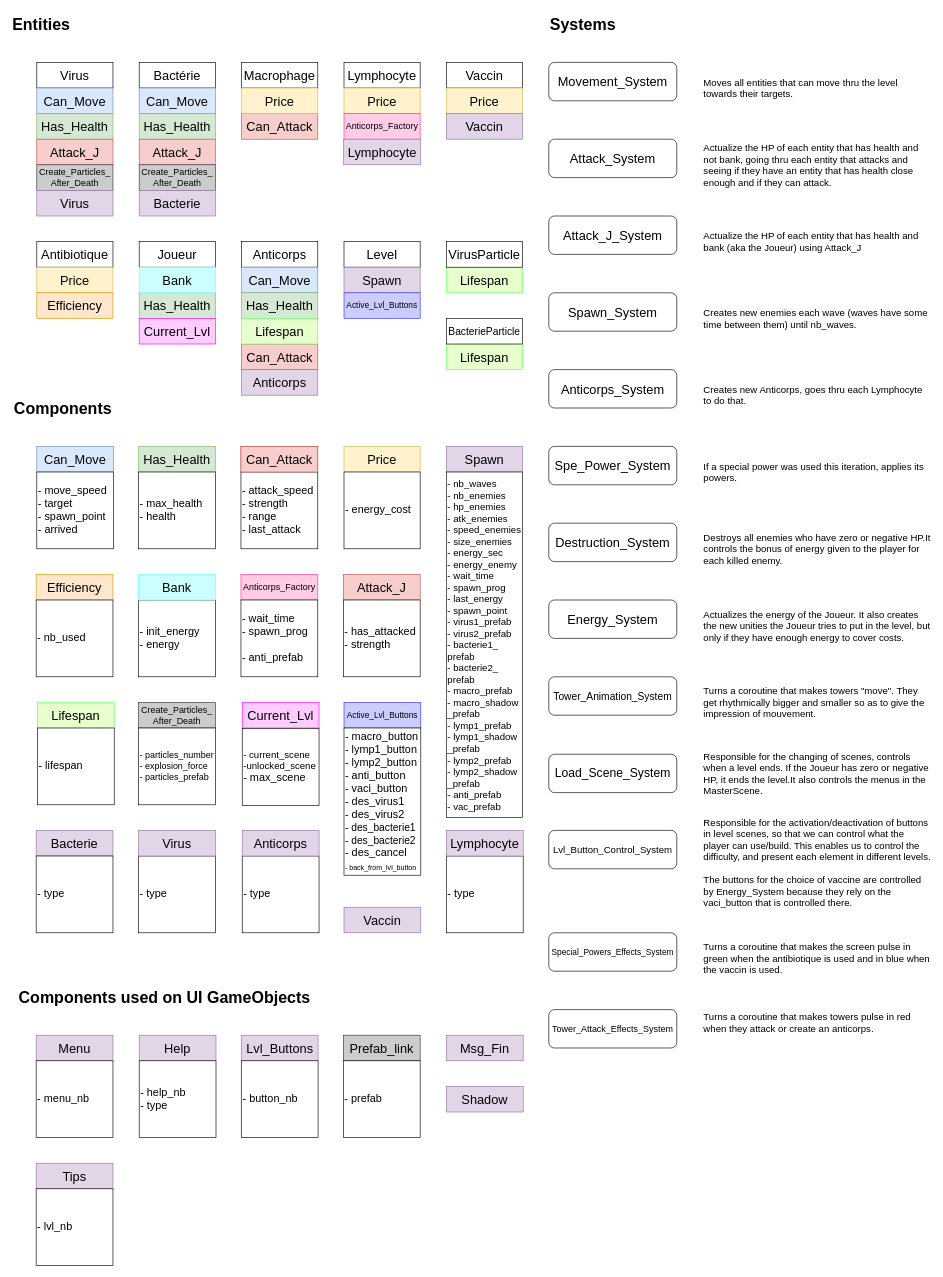
Above: entities_components.drawio in Titanmito/Immunocalypse (draw.io), before the change. Source tidied: cells renumbered, new cells numbered last; positions are measured from the earlier drawing's top-left corner, leaving out a move shared by most shapes. Both pictures are drawn from the tidied source at 64%, with x=0, y=0 at pixel (11, 11).
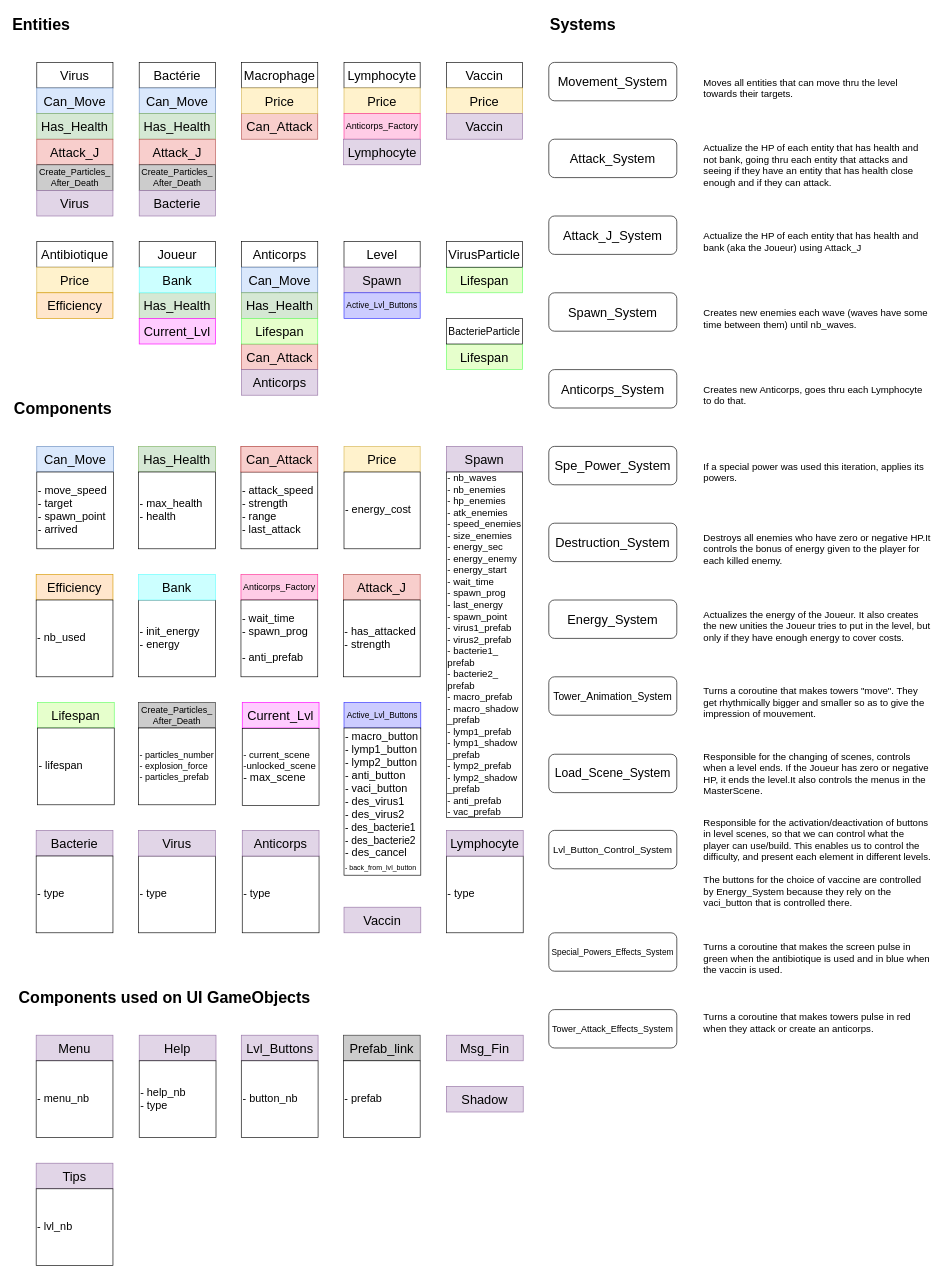
The same diagram, later.

Change to the diagram source:
```diff
@@
-    <mxCell id="37" value="&lt;div style=&quot;font-size: 15px&quot;&gt;&lt;font style=&quot;font-size: 15px&quot;&gt;- nb_waves&lt;/font&gt;&lt;/div&gt;&lt;div style=&quot;font-size: 15px&quot;&gt;&lt;font style=&quot;font-size: 15px&quot;&gt;- nb_enemies&lt;/font&gt;&lt;/div&gt;&lt;div style=&quot;font-size: 15px&quot;&gt;&lt;font style=&quot;font-size: 15px&quot;&gt;- hp_enemies&lt;/font&gt;&lt;/div&gt;&lt;div style=&quot;font-size: 15px&quot;&gt;&lt;font style=&quot;font-size: 15px&quot;&gt;- atk_enemies&lt;/font&gt;&lt;/div&gt;&lt;div style=&quot;font-size: 15px&quot;&gt;&lt;font style=&quot;font-size: 15px&quot;&gt;- &lt;font style=&quot;font-size: 15px&quot;&gt;speed_enemies&lt;/font&gt;&lt;/font&gt;&lt;/div&gt;&lt;div style=&quot;font-size: 15px&quot;&gt;&lt;font style=&quot;font-size: 15px&quot;&gt;- size_enemies&lt;/font&gt;&lt;/div&gt;&lt;div style=&quot;font-size: 15px&quot;&gt;&lt;font style=&quot;font-size: 15px&quot;&gt;- energy_sec&lt;br&gt;&lt;/font&gt;&lt;/div&gt;&lt;div style=&quot;font-size: 15px&quot;&gt;&lt;font style=&quot;font-size: 15px&quot;&gt;- energy_enemy&lt;br&gt;&lt;/font&gt;&lt;/div&gt;&lt;div style=&quot;font-size: 15px&quot;&gt;&lt;font style=&quot;font-size: 15px&quot;&gt;- wait_time&lt;/font&gt;&lt;/div&gt;&lt;div style=&quot;font-size: 15px&quot;&gt;&lt;font style=&quot;font-size: 15px&quot;&gt;- spawn_prog&lt;br&gt;&lt;/font&gt;&lt;/div&gt;&lt;div style=&quot;font-size: 15px&quot;&gt;&lt;font style=&quot;font-size: 15px&quot;&gt;- last_energy&lt;br&gt;&lt;/font&gt;&lt;/div&gt;&lt;div style=&quot;font-size: 15px&quot;&gt;&lt;font style=&quot;font-size: 15px&quot;&gt;- spawn_point&lt;/font&gt;&lt;/div&gt;&lt;div style=&quot;font-size: 15px&quot;&gt;&lt;font style=&quot;font-size: 15px&quot;&gt;- virus1_prefab&lt;/font&gt;&lt;/div&gt;&lt;div style=&quot;font-size: 15px&quot;&gt;&lt;font style=&quot;font-size: 15px&quot;&gt;&lt;font style=&quot;font-size: 15px&quot;&gt;- virus2_prefab&lt;/font&gt;&lt;/font&gt;&lt;/div&gt;&lt;div style=&quot;font-size: 15px&quot;&gt;&lt;font style=&quot;font-size: 15px&quot;&gt;- &lt;font style=&quot;font-size: 15px&quot;&gt;bacterie1_&lt;/font&gt;&lt;/font&gt;&lt;/div&gt;&lt;div style=&quot;font-size: 15px&quot;&gt;&lt;font style=&quot;font-size: 15px&quot;&gt;&lt;font style=&quot;font-size: 15px&quot;&gt;prefab&lt;/font&gt;&lt;/font&gt;&lt;/div&gt;&lt;div style=&quot;font-size: 15px&quot;&gt;&lt;font style=&quot;font-size: 15px&quot;&gt;- &lt;/font&gt;&lt;font style=&quot;font-size: 15px&quot;&gt;&lt;font style=&quot;font-size: 15px&quot;&gt;bacterie2_&lt;/font&gt;&lt;/font&gt;&lt;/div&gt;&lt;div style=&quot;font-size: 15px&quot;&gt;&lt;font style=&quot;font-size: 15px&quot;&gt;&lt;font style=&quot;font-size: 15px&quot;&gt;prefab&lt;/font&gt;&lt;/font&gt;&lt;/div&gt;&lt;div style=&quot;font-size: 15px&quot;&gt;&lt;font style=&quot;font-size: 15px&quot;&gt;- macro_prefab&lt;/font&gt;&lt;/div&gt;&lt;div style=&quot;font-size: 15px&quot;&gt;&lt;font style=&quot;font-size: 15px&quot;&gt;- macro_shadow&lt;/font&gt;&lt;/div&gt;&lt;div style=&quot;font-size: 15px&quot;&gt;&lt;font style=&quot;font-size: 15px&quot;&gt;_prefab&lt;br&gt;&lt;/font&gt;&lt;/div&gt;&lt;div style=&quot;font-size: 15px&quot;&gt;&lt;font style=&quot;font-size: 15px&quot;&gt;- lymp1_prefab&lt;/font&gt;&lt;/div&gt;&lt;div style=&quot;font-size: 15px&quot;&gt;&lt;font style=&quot;font-size: 15px&quot;&gt;- lymp1_shadow&lt;/font&gt;&lt;/div&gt;&lt;div style=&quot;font-size: 15px&quot;&gt;&lt;font style=&quot;font-size: 15px&quot;&gt;_prefab&lt;br&gt;&lt;/font&gt;&lt;/div&gt;&lt;div style=&quot;font-size: 15px&quot;&gt;&lt;font style=&quot;font-size: 15px&quot;&gt;- lymp2_prefab&lt;br&gt;&lt;/font&gt;&lt;/div&gt;&lt;div style=&quot;font-size: 15px&quot;&gt;&lt;font style=&quot;font-size: 15px&quot;&gt;- lymp2_shadow&lt;/font&gt;&lt;/div&gt;&lt;div style=&quot;font-size: 15px&quot;&gt;&lt;font style=&quot;font-size: 15px&quot;&gt;_prefab&lt;br&gt;&lt;/font&gt;&lt;/div&gt;&lt;div style=&quot;font-size: 15px&quot;&gt;&lt;font style=&quot;font-size: 15px&quot;&gt;- anti_prefab&lt;br&gt;&lt;/font&gt;&lt;/div&gt;&lt;div style=&quot;font-size: 15px&quot;&gt;&lt;font style=&quot;font-size: 15px&quot;&gt;- vac_prefab&lt;br&gt;&lt;/font&gt;&lt;/div&gt;" style="rounded=0;whiteSpace=wrap;html=1;align=left;" parent="1" vertex="1">
+    <mxCell id="37" value="&lt;div style=&quot;font-size: 15px&quot;&gt;&lt;font style=&quot;font-size: 15px&quot;&gt;- nb_waves&lt;/font&gt;&lt;/div&gt;&lt;div style=&quot;font-size: 15px&quot;&gt;&lt;font style=&quot;font-size: 15px&quot;&gt;- nb_enemies&lt;/font&gt;&lt;/div&gt;&lt;div style=&quot;font-size: 15px&quot;&gt;&lt;font style=&quot;font-size: 15px&quot;&gt;- hp_enemies&lt;/font&gt;&lt;/div&gt;&lt;div style=&quot;font-size: 15px&quot;&gt;&lt;font style=&quot;font-size: 15px&quot;&gt;- atk_enemies&lt;/font&gt;&lt;/div&gt;&lt;div style=&quot;font-size: 15px&quot;&gt;&lt;font style=&quot;font-size: 15px&quot;&gt;- &lt;font style=&quot;font-size: 15px&quot;&gt;speed_enemies&lt;/font&gt;&lt;/font&gt;&lt;/div&gt;&lt;div style=&quot;font-size: 15px&quot;&gt;&lt;font style=&quot;font-size: 15px&quot;&gt;- size_enemies&lt;/font&gt;&lt;/div&gt;&lt;div style=&quot;font-size: 15px&quot;&gt;&lt;font style=&quot;font-size: 15px&quot;&gt;- energy_sec&lt;br&gt;&lt;/font&gt;&lt;/div&gt;&lt;div style=&quot;font-size: 15px&quot;&gt;&lt;font style=&quot;font-size: 15px&quot;&gt;- energy_enemy&lt;/font&gt;&lt;/div&gt;&lt;div style=&quot;font-size: 15px&quot;&gt;&lt;font style=&quot;font-size: 15px&quot;&gt;- energy_start&lt;br&gt;&lt;/font&gt;&lt;/div&gt;&lt;div style=&quot;font-size: 15px&quot;&gt;&lt;font style=&quot;font-size: 15px&quot;&gt;- wait_time&lt;/font&gt;&lt;/div&gt;&lt;div style=&quot;font-size: 15px&quot;&gt;&lt;font style=&quot;font-size: 15px&quot;&gt;- spawn_prog&lt;br&gt;&lt;/font&gt;&lt;/div&gt;&lt;div style=&quot;font-size: 15px&quot;&gt;&lt;font style=&quot;font-size: 15px&quot;&gt;- last_energy&lt;br&gt;&lt;/font&gt;&lt;/div&gt;&lt;div style=&quot;font-size: 15px&quot;&gt;&lt;font style=&quot;font-size: 15px&quot;&gt;- spawn_point&lt;/font&gt;&lt;/div&gt;&lt;div style=&quot;font-size: 15px&quot;&gt;&lt;font style=&quot;font-size: 15px&quot;&gt;- virus1_prefab&lt;/font&gt;&lt;/div&gt;&lt;div style=&quot;font-size: 15px&quot;&gt;&lt;font style=&quot;font-size: 15px&quot;&gt;&lt;font style=&quot;font-size: 15px&quot;&gt;- virus2_prefab&lt;/font&gt;&lt;/font&gt;&lt;/div&gt;&lt;div style=&quot;font-size: 15px&quot;&gt;&lt;font style=&quot;font-size: 15px&quot;&gt;- &lt;font style=&quot;font-size: 15px&quot;&gt;bacterie1_&lt;/font&gt;&lt;/font&gt;&lt;/div&gt;&lt;div style=&quot;font-size: 15px&quot;&gt;&lt;font style=&quot;font-size: 15px&quot;&gt;&lt;font style=&quot;font-size: 15px&quot;&gt;prefab&lt;/font&gt;&lt;/font&gt;&lt;/div&gt;&lt;div style=&quot;font-size: 15px&quot;&gt;&lt;font style=&quot;font-size: 15px&quot;&gt;- &lt;/font&gt;&lt;font style=&quot;font-size: 15px&quot;&gt;&lt;font style=&quot;font-size: 15px&quot;&gt;bacterie2_&lt;/font&gt;&lt;/font&gt;&lt;/div&gt;&lt;div style=&quot;font-size: 15px&quot;&gt;&lt;font style=&quot;font-size: 15px&quot;&gt;&lt;font style=&quot;font-size: 15px&quot;&gt;prefab&lt;/font&gt;&lt;/font&gt;&lt;/div&gt;&lt;div style=&quot;font-size: 15px&quot;&gt;&lt;font style=&quot;font-size: 15px&quot;&gt;- macro_prefab&lt;/font&gt;&lt;/div&gt;&lt;div style=&quot;font-size: 15px&quot;&gt;&lt;font style=&quot;font-size: 15px&quot;&gt;- macro_shadow&lt;/font&gt;&lt;/div&gt;&lt;div style=&quot;font-size: 15px&quot;&gt;&lt;font style=&quot;font-size: 15px&quot;&gt;_prefab&lt;br&gt;&lt;/font&gt;&lt;/div&gt;&lt;div style=&quot;font-size: 15px&quot;&gt;&lt;font style=&quot;font-size: 15px&quot;&gt;- lymp1_prefab&lt;/font&gt;&lt;/div&gt;&lt;div style=&quot;font-size: 15px&quot;&gt;&lt;font style=&quot;font-size: 15px&quot;&gt;- lymp1_shadow&lt;/font&gt;&lt;/div&gt;&lt;div style=&quot;font-size: 15px&quot;&gt;&lt;font style=&quot;font-size: 15px&quot;&gt;_prefab&lt;br&gt;&lt;/font&gt;&lt;/div&gt;&lt;div style=&quot;font-size: 15px&quot;&gt;&lt;font style=&quot;font-size: 15px&quot;&gt;- lymp2_prefab&lt;br&gt;&lt;/font&gt;&lt;/div&gt;&lt;div style=&quot;font-size: 15px&quot;&gt;&lt;font style=&quot;font-size: 15px&quot;&gt;- lymp2_shadow&lt;/font&gt;&lt;/div&gt;&lt;div style=&quot;font-size: 15px&quot;&gt;&lt;font style=&quot;font-size: 15px&quot;&gt;_prefab&lt;br&gt;&lt;/font&gt;&lt;/div&gt;&lt;div style=&quot;font-size: 15px&quot;&gt;&lt;font style=&quot;font-size: 15px&quot;&gt;- anti_prefab&lt;br&gt;&lt;/font&gt;&lt;/div&gt;&lt;div style=&quot;font-size: 15px&quot;&gt;&lt;font style=&quot;font-size: 15px&quot;&gt;- vac_prefab&lt;br&gt;&lt;/font&gt;&lt;/div&gt;" style="rounded=0;whiteSpace=wrap;html=1;align=left;" parent="1" vertex="1">
       <mxGeometry x="680" y="720" width="119" height="540" as="geometry" />
     </mxCell>
```
